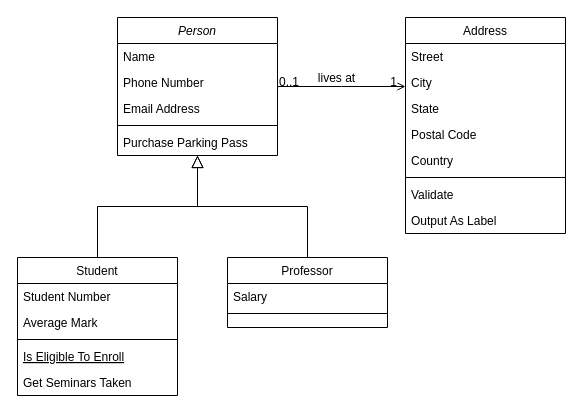
This is Untitled Diagram.drawio from hunaidkhan/C-Programming-Coursework, a draw.io file, before an edit. Source tidied: cells renumbered, new cells numbered last; positions are measured from the earlier drawing's top-left corner, leaving out a move shared by most shapes. Both pictures are drawn from the tidied source at 100%, with x=0, y=0 at pixel (17, 17).
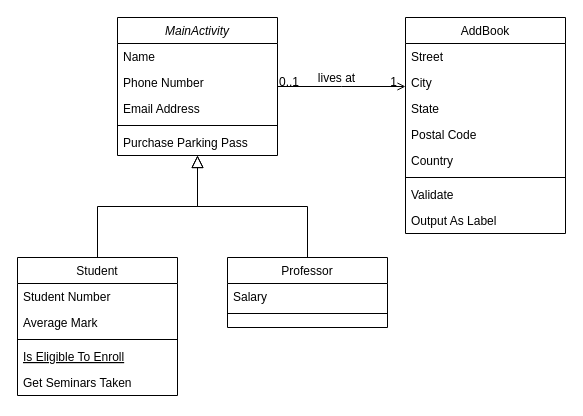
The same page after the edit.

Change to the diagram source:
```diff
@@
-    <mxCell id="2" value="Person" style="swimlane;fontStyle=2;align=center;verticalAlign=top;horizontal=1;startSize=26;rounded=0;shadow=0;strokeWidth=1;" parent="1" vertex="1">
+    <mxCell id="2" value="MainActivity" style="swimlane;fontStyle=2;align=center;verticalAlign=top;horizontal=1;startSize=26;rounded=0;shadow=0;strokeWidth=1;" parent="1" vertex="1">
       <mxGeometry x="100" width="160" height="138" as="geometry" />
     </mxCell>
@@
-    <mxCell id="19" value="Address" style="swimlane;fontStyle=0;align=center;verticalAlign=top;horizontal=1;startSize=26;rounded=0;shadow=0;strokeWidth=1;" parent="1" vertex="1">
+    <mxCell id="19" value="AddBook" style="swimlane;fontStyle=0;align=center;verticalAlign=top;horizontal=1;startSize=26;rounded=0;shadow=0;strokeWidth=1;" parent="1" vertex="1">
       <mxGeometry x="388" width="160" height="216" as="geometry" />
     </mxCell>
```
